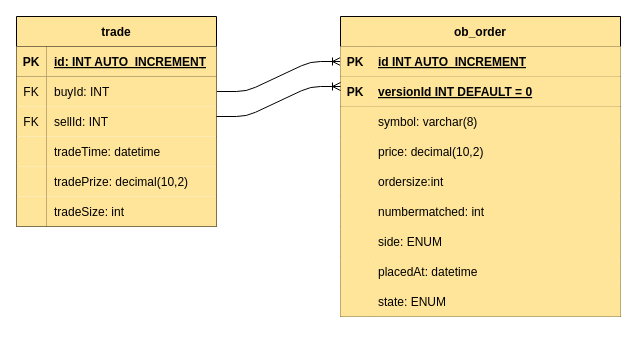
Before: page "ERD" (2 of 2) of FlowChart and ERD.drawio in utku-aydin/orderbook, a draw.io diagram. Source tidied: cells renumbered, new cells numbered last; positions are measured from the earlier drawing's top-left corner, leaving out a move shared by most shapes. Both pictures are drawn from the tidied source at 100%, with x=0, y=0 at pixel (16, 16).
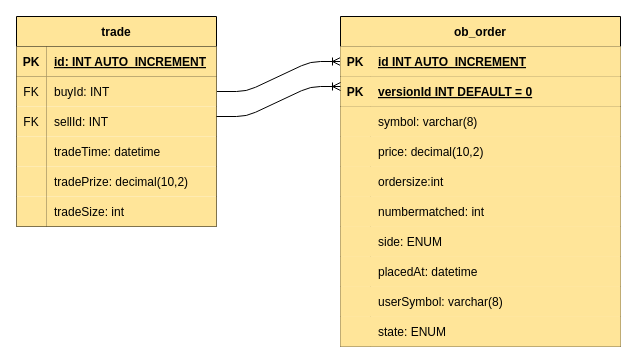
The same page after the edit.

Diff of the diagram source:
```diff
@@
     <mxCell id="22" value="ob_order" style="shape=table;startSize=30;childLayout=tableLayout;rowLines=0;fontStyle=1;align=center;fillColor=#FFE599;strokeColor=#000000;" parent="1" vertex="1">
-      <mxGeometry x="324" width="280" height="300" as="geometry" />
+      <mxGeometry x="324" width="280" height="330" as="geometry" />
     </mxCell>
@@
+    <mxCell id="51" style="shape=partialRectangle;fillColor=#FFE599;top=0;left=0;bottom=0;right=0;strokeColor=#000000;" parent="22" vertex="1">
+      <mxGeometry y="270" width="280" height="30" as="geometry" />
+    </mxCell>
+    <mxCell id="52" style="shape=partialRectangle;fillColor=#FFE599;top=0;left=0;bottom=0;right=0;overflow=hidden;strokeColor=#000000;" parent="51" vertex="1">
+      <mxGeometry width="30" height="30" as="geometry" />
+    </mxCell>
+    <mxCell id="53" value="userSymbol: varchar(8)" style="shape=partialRectangle;fillColor=#FFE599;top=0;left=0;bottom=0;right=0;align=left;spacingLeft=6;overflow=hidden;strokeColor=#000000;" parent="51" vertex="1">
+      <mxGeometry x="30" width="250" height="30" as="geometry" />
+    </mxCell>
     <mxCell id="47" style="shape=partialRectangle;fillColor=#FFE599;top=0;left=0;bottom=0;right=0;strokeColor=#000000;" parent="22" vertex="1">
-      <mxGeometry y="270" width="280" height="30" as="geometry" />
+      <mxGeometry y="300" width="280" height="30" as="geometry" />
     </mxCell>
```
